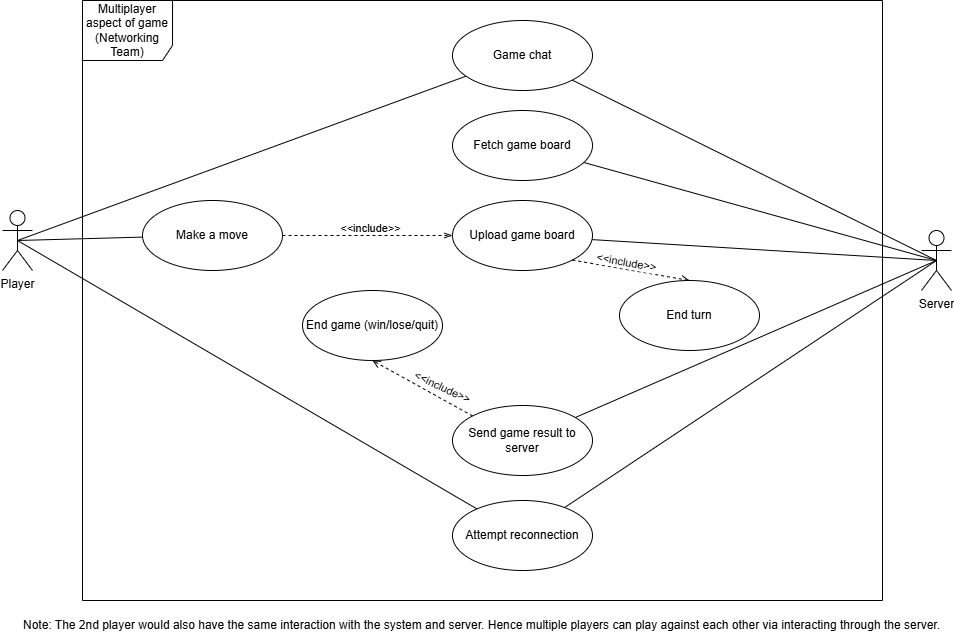
SarimEkram/Multiplayer-Board-platform keeps this draw.io diagram as iteration1_deliverables/use_case_diagrams/networking/use_case_diagram_networking.png. Above is the earlier version. Source tidied: cells renumbered, new cells last; positions are measured from the earlier drawing's top-left corner, leaving out a move shared by most shapes. Source of this version:
```xml
<mxGraphModel>
  <root>
    <mxCell id="0" />
    <mxCell id="1" parent="0" />
    <mxCell id="2" value="Multiplayer aspect of game (Networking Team)" style="shape=umlFrame;whiteSpace=wrap;html=1;width=90;height=60;" parent="1" vertex="1">
      <mxGeometry x="80" width="800" height="600" as="geometry" />
    </mxCell>
    <mxCell id="3" value="Player" style="shape=umlActor;verticalLabelPosition=bottom;verticalAlign=top;html=1;" parent="1" vertex="1">
      <mxGeometry y="210" width="30" height="60" as="geometry" />
    </mxCell>
    <mxCell id="4" value="Server" style="shape=umlActor;verticalLabelPosition=bottom;verticalAlign=top;html=1;" parent="1" vertex="1">
      <mxGeometry x="919" y="230" width="30" height="60" as="geometry" />
    </mxCell>
    <mxCell id="5" style="rounded=0;jettySize=auto;html=1;endArrow=none;startFill=0;entryX=0.5;entryY=0.5;entryDx=0;entryDy=0;entryPerimeter=0;" parent="1" edge="1" source="7" target="3">
      <mxGeometry relative="1" as="geometry" />
    </mxCell>
    <mxCell id="6" style="rounded=0;jettySize=auto;html=1;entryX=0.5;entryY=0.5;entryDx=0;entryDy=0;entryPerimeter=0;endArrow=none;startFill=0;" parent="1" edge="1" source="7" target="4">
      <mxGeometry relative="1" as="geometry" />
    </mxCell>
    <mxCell id="7" value="Game chat" style="ellipse;whiteSpace=wrap;html=1;" parent="1" vertex="1">
      <mxGeometry x="450" y="20" width="140" height="70" as="geometry" />
    </mxCell>
    <mxCell id="8" style="rounded=0;jettySize=auto;html=1;entryX=0.5;entryY=0.5;entryDx=0;entryDy=0;entryPerimeter=0;endArrow=none;startFill=0;" parent="1" edge="1" source="11" target="3">
      <mxGeometry relative="1" as="geometry" />
    </mxCell>
    <mxCell id="9" style="rounded=0;jettySize=auto;html=1;endArrow=openThin;startFill=0;dashed=1;endFill=0;" parent="1" edge="1" source="11" target="13">
      <mxGeometry relative="1" as="geometry" />
    </mxCell>
    <mxCell id="10" value="&amp;lt;&amp;lt;include&amp;gt;&amp;gt;" style="edgeLabel;html=1;align=center;verticalAlign=middle;" parent="9" vertex="1">
      <mxGeometry x="0.04" y="1" relative="1" as="geometry">
        <mxPoint x="-1" y="-7" as="offset" />
      </mxGeometry>
    </mxCell>
    <mxCell id="11" value="Make a move" style="ellipse;whiteSpace=wrap;html=1;" parent="1" vertex="1">
      <mxGeometry x="140" y="200" width="140" height="70" as="geometry" />
    </mxCell>
    <mxCell id="12" style="rounded=0;jettySize=auto;html=1;endArrow=none;startFill=0;entryX=0.5;entryY=0.5;entryDx=0;entryDy=0;entryPerimeter=0;" parent="1" edge="1" source="13" target="4">
      <mxGeometry relative="1" as="geometry" />
    </mxCell>
    <mxCell id="13" value="Upload game board" style="ellipse;whiteSpace=wrap;html=1;" parent="1" vertex="1">
      <mxGeometry x="450" y="200" width="140" height="70" as="geometry" />
    </mxCell>
    <mxCell id="14" style="rounded=0;jettySize=auto;html=1;endArrow=open;endFill=0;dashed=1;exitX=1;exitY=1;exitDx=0;exitDy=0;entryX=0.5;entryY=0;entryDx=0;entryDy=0;" parent="1" edge="1" source="13" target="16">
      <mxGeometry relative="1" as="geometry" />
    </mxCell>
    <mxCell id="15" value="&amp;lt;&amp;lt;include&amp;gt;&amp;gt;" style="edgeLabel;html=1;align=center;verticalAlign=middle;rotation=10;" parent="14" vertex="1">
      <mxGeometry x="-0.27" y="-1" relative="1" as="geometry">
        <mxPoint x="11" y="-7" as="offset" />
      </mxGeometry>
    </mxCell>
    <mxCell id="16" value="End turn" style="ellipse;whiteSpace=wrap;html=1;" parent="1" vertex="1">
      <mxGeometry x="617" y="280" width="140" height="70" as="geometry" />
    </mxCell>
    <mxCell id="17" style="rounded=0;jettySize=auto;html=1;dashed=1;endArrow=open;endFill=0;entryX=0.5;entryY=1;entryDx=0;entryDy=0;exitX=0;exitY=0;exitDx=0;exitDy=0;" parent="1" edge="1" source="21" target="19">
      <mxGeometry relative="1" as="geometry" />
    </mxCell>
    <mxCell id="18" value="&amp;lt;&amp;lt;include&amp;gt;&amp;gt;" style="edgeLabel;html=1;align=center;verticalAlign=middle;rotation=25;" parent="17" vertex="1">
      <mxGeometry x="-0.06" y="-1" relative="1" as="geometry">
        <mxPoint x="17" y="-2" as="offset" />
      </mxGeometry>
    </mxCell>
    <mxCell id="19" value="End game (win/lose/quit)" style="ellipse;whiteSpace=wrap;html=1;" parent="1" vertex="1">
      <mxGeometry x="300" y="290" width="140" height="70" as="geometry" />
    </mxCell>
    <mxCell id="20" style="rounded=0;jettySize=auto;html=1;entryX=0.5;entryY=0.5;entryDx=0;entryDy=0;entryPerimeter=0;endArrow=none;startFill=0;" parent="1" edge="1" source="21" target="4">
      <mxGeometry relative="1" as="geometry" />
    </mxCell>
    <mxCell id="21" value="Send game result to server" style="ellipse;whiteSpace=wrap;html=1;" parent="1" vertex="1">
      <mxGeometry x="450" y="405" width="140" height="70" as="geometry" />
    </mxCell>
    <mxCell id="22" style="rounded=0;jettySize=auto;html=1;endArrow=none;startFill=0;entryX=0.5;entryY=0.5;entryDx=0;entryDy=0;entryPerimeter=0;" parent="1" edge="1" source="24" target="4">
      <mxGeometry relative="1" as="geometry" />
    </mxCell>
    <mxCell id="23" style="rounded=0;jettySize=auto;html=1;endArrow=none;endFill=0;entryX=0.5;entryY=0.5;entryDx=0;entryDy=0;entryPerimeter=0;startFill=0;" parent="1" edge="1" source="24" target="3">
      <mxGeometry relative="1" as="geometry" />
    </mxCell>
    <mxCell id="24" value="Attempt reconnection" style="ellipse;whiteSpace=wrap;html=1;" parent="1" vertex="1">
      <mxGeometry x="450" y="500" width="140" height="70" as="geometry" />
    </mxCell>
    <mxCell id="25" style="rounded=0;jettySize=auto;html=1;endArrow=none;startFill=0;entryX=0.5;entryY=0.5;entryDx=0;entryDy=0;entryPerimeter=0;" parent="1" edge="1" source="26" target="4">
      <mxGeometry relative="1" as="geometry" />
    </mxCell>
    <mxCell id="26" value="Fetch game board" style="ellipse;whiteSpace=wrap;html=1;" parent="1" vertex="1">
      <mxGeometry x="450" y="110" width="140" height="70" as="geometry" />
    </mxCell>
    <mxCell id="27" value="Note: The 2nd player would also have the same interaction with the system and server. Hence multiple players can play against each other via interacting through the server." style="text;html=1;align=center;verticalAlign=middle;strokeColor=none;fillColor=none;" parent="1" vertex="1">
      <mxGeometry x="9" y="610" width="940" height="30" as="geometry" />
    </mxCell>
  </root>
</mxGraphModel>
```
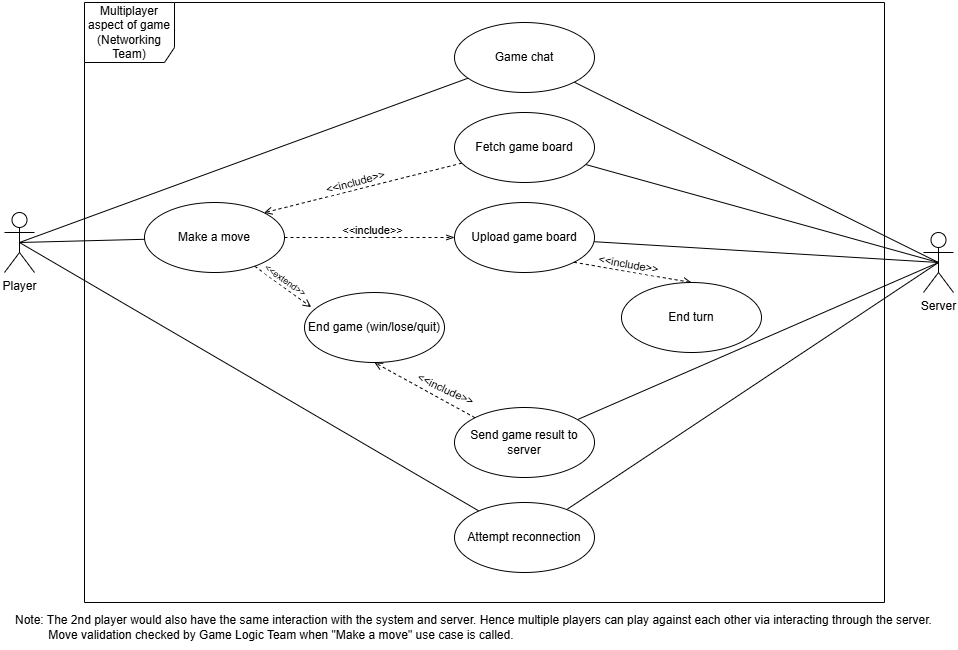
After the commit.

Commit message:
Updated use case diagram as per the feedback received.

Diff of the diagram source:
```diff
@@ -31,6 +31,14 @@
         <mxPoint x="-1" y="-7" as="offset" />
       </mxGeometry>
     </mxCell>
+    <mxCell id="28" style="rounded=0;jettySize=auto;html=1;dashed=1;endArrow=open;endFill=0;entryX=0.048;entryY=0.209;entryDx=0;entryDy=0;entryPerimeter=0;" parent="1" edge="1" source="11" target="19">
+      <mxGeometry relative="1" as="geometry" />
+    </mxCell>
+    <mxCell id="29" value="&amp;lt;&amp;lt;extend&amp;gt;&amp;gt;" style="edgeLabel;html=1;align=center;verticalAlign=middle;rotation=35;fontSize=9;" parent="28" vertex="1">
+      <mxGeometry x="-0.08" relative="1" as="geometry">
+        <mxPoint x="4" y="-6" as="offset" />
+      </mxGeometry>
+    </mxCell>
     <mxCell id="11" value="Make a move" style="ellipse;whiteSpace=wrap;html=1;" parent="1" vertex="1">
       <mxGeometry x="140" y="200" width="140" height="70" as="geometry" />
     </mxCell>
@@ -80,11 +88,19 @@
     <mxCell id="25" style="rounded=0;jettySize=auto;html=1;endArrow=none;startFill=0;entryX=0.5;entryY=0.5;entryDx=0;entryDy=0;entryPerimeter=0;" parent="1" edge="1" source="26" target="4">
       <mxGeometry relative="1" as="geometry" />
     </mxCell>
+    <mxCell id="30" style="rounded=0;jettySize=auto;html=1;dashed=1;endArrow=open;endFill=0;entryX=1;entryY=0;entryDx=0;entryDy=0;" parent="1" edge="1" source="26" target="11">
+      <mxGeometry relative="1" as="geometry" />
+    </mxCell>
+    <mxCell id="31" value="&amp;lt;&amp;lt;include&amp;gt;&amp;gt;" style="edgeLabel;html=1;align=center;verticalAlign=middle;rotation=-15;" parent="30" vertex="1">
+      <mxGeometry x="-0.07" y="-1" relative="1" as="geometry">
+        <mxPoint x="-15" y="-3" as="offset" />
+      </mxGeometry>
+    </mxCell>
     <mxCell id="26" value="Fetch game board" style="ellipse;whiteSpace=wrap;html=1;" parent="1" vertex="1">
       <mxGeometry x="450" y="110" width="140" height="70" as="geometry" />
     </mxCell>
-    <mxCell id="27" value="Note: The 2nd player would also have the same interaction with the system and server. Hence multiple players can play against each other via interacting through the server." style="text;html=1;align=center;verticalAlign=middle;strokeColor=none;fillColor=none;" parent="1" vertex="1">
-      <mxGeometry x="9" y="610" width="940" height="30" as="geometry" />
+    <mxCell id="27" value="Note: The 2nd player would also have the same interaction with the system and server. Hence multiple players can play against each other via interacting through the server.&lt;div&gt;&lt;span style=&quot;white-space: pre;&quot;&gt;&#9;&lt;/span&gt;&amp;nbsp; Move validation checked by Game Logic Team when &quot;Make a move&quot; use case is called.&lt;br&gt;&lt;/div&gt;" style="text;html=1;align=left;verticalAlign=middle;strokeColor=none;fillColor=none;" parent="1" vertex="1">
+      <mxGeometry x="9" y="605" width="940" height="40" as="geometry" />
     </mxCell>
   </root>
 </mxGraphModel>
```
